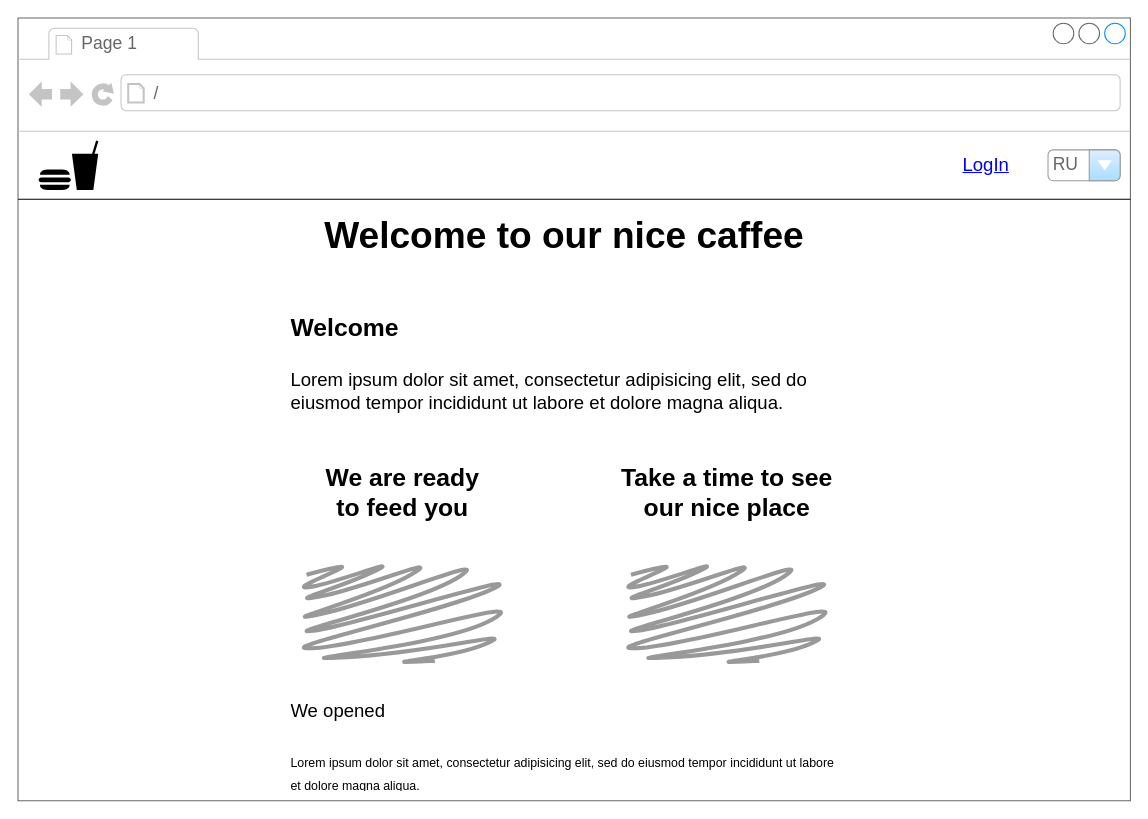
Earlier version of the draw.io diagram page "view-landing" (7 of 9) of market-coffee.drawio (Sergey190309/220415-market-caffee). Source tidied: cells renumbered, new cells numbered last; positions are measured from the earlier drawing's top-left corner, leaving out a move shared by most shapes. Both pictures are drawn from the tidied source at 103%, with x=0, y=0 at pixel (18, 18).
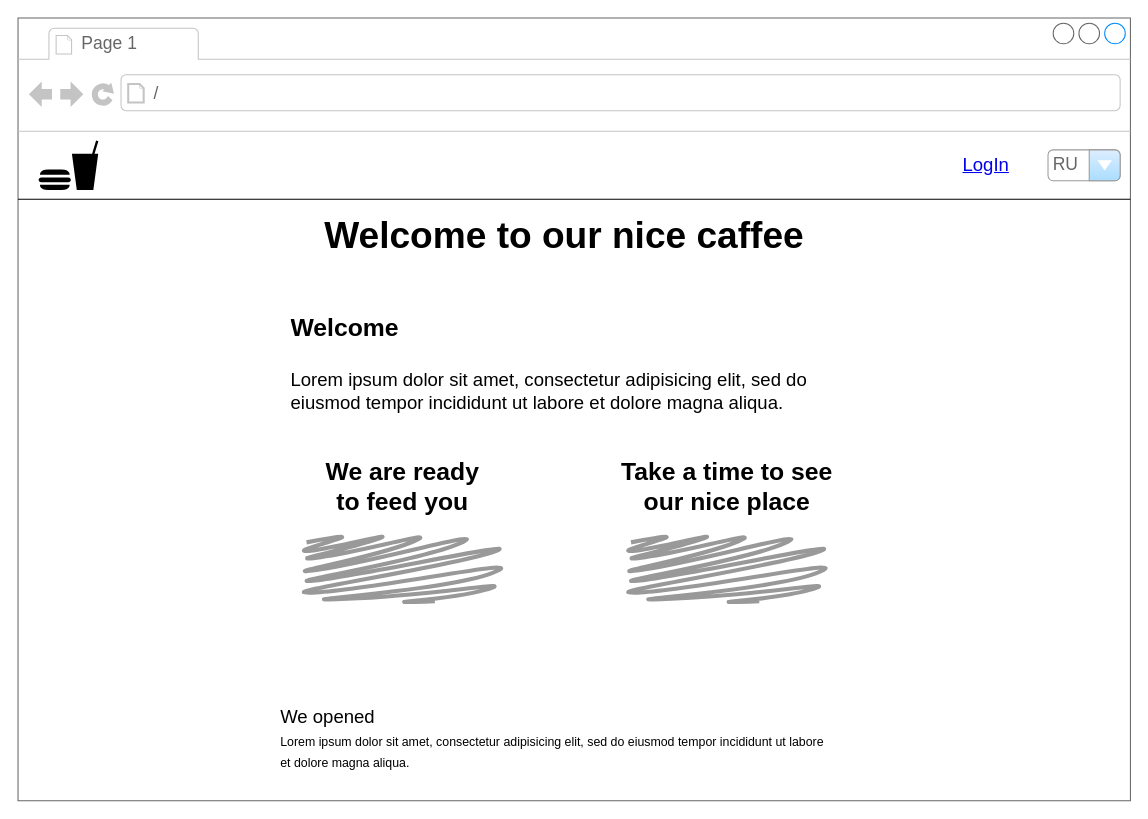
The same diagram, later.

Diff of the diagram source:
```diff
@@
 <mxGraphModel>
   <root>
     <mxCell id="0" />
     <mxCell id="1" parent="0" />
     <mxCell id="2" style="strokeWidth=1;shadow=0;dashed=0;align=center;html=1;shape=mxgraph.mockup.containers.browserWindow;rSize=0;strokeColor=#666666;strokeColor2=#008cff;strokeColor3=#c4c4c4;mainText=,;rounded=1;labelBackgroundColor=none;fontSize=12;fontColor=#000000;" parent="1" vertex="1">
       <mxGeometry width="1080" height="760" as="geometry" />
     </mxCell>
     <mxCell id="3" value="Page 1" style="strokeWidth=1;shadow=0;dashed=0;align=center;html=1;shape=mxgraph.mockup.containers.anchor;fontSize=17;fontColor=#666666;align=left;" parent="1" vertex="1">
       <mxGeometry x="60" y="13" width="110" height="26" as="geometry" />
     </mxCell>
     <mxCell id="4" value="/" style="strokeWidth=1;shadow=0;dashed=0;align=center;html=1;shape=mxgraph.mockup.containers.anchor;rSize=0;fontSize=17;fontColor=#666666;align=left;" parent="1" vertex="1">
       <mxGeometry x="130" y="61" width="250" height="26" as="geometry" />
     </mxCell>
     <mxCell id="5" style="line;strokeWidth=1;html=1;perimeter=backbonePerimeter;" parent="1" vertex="1">
       <mxGeometry y="171" width="1080" height="10" as="geometry" />
     </mxCell>
     <mxCell id="6" value="RU" style="strokeWidth=1;shadow=0;dashed=0;align=center;html=1;shape=mxgraph.mockup.forms.comboBox;strokeColor=#999999;fillColor=#ddeeff;align=left;fillColor2=#aaddff;mainText=;fontColor=#666666;fontSize=17;spacingLeft=3;rounded=1;labelBackgroundColor=none;" parent="1" vertex="1">
       <mxGeometry x="1000" y="128" width="70" height="30" as="geometry" />
     </mxCell>
     <mxCell id="7" value="LogIn" style="text;html=1;strokeColor=none;fillColor=none;whiteSpace=wrap;align=center;verticalAlign=middle;fontColor=#0000EE;fontStyle=4;fontSize=18;" parent="1" vertex="1">
       <mxGeometry x="910" y="123" width="60" height="40" as="geometry" />
     </mxCell>
     <mxCell id="8" style="shape=mxgraph.signs.food.fast_food;html=1;fillColor=#000000;strokeColor=none;verticalLabelPosition=bottom;verticalAlign=top;align=center;" parent="1" vertex="1">
       <mxGeometry x="20" y="119" width="58" height="48" as="geometry" />
     </mxCell>
     <mxCell id="9" parent="0" />
+    <mxCell id="16" value="&lt;h1&gt;&lt;font style=&quot;font-size: 24px&quot;&gt;Welcome&lt;/font&gt;&lt;/h1&gt;&lt;p&gt;Lorem ipsum dolor sit amet, consectetur adipisicing elit, sed do eiusmod tempor incididunt ut labore et dolore magna aliqua.&lt;/p&gt;" style="text;html=1;strokeColor=none;fillColor=none;spacing=5;spacingTop=-20;whiteSpace=wrap;overflow=hidden;rounded=0;fontSize=18;" parent="9" vertex="1">
+      <mxGeometry x="260" y="261" width="540" height="150" as="geometry" />
+    </mxCell>
+    <mxCell id="17" value="Welcome to our nice caffee" style="text;strokeColor=none;fillColor=none;html=1;fontSize=36;fontStyle=1;verticalAlign=middle;align=center;" parent="9" vertex="1">
+      <mxGeometry x="130" y="191" width="800" height="40" as="geometry" />
+    </mxCell>
+    <mxCell id="18" value="&lt;p&gt;&lt;font style=&quot;font-weight: normal ; font-size: 18px&quot;&gt;We opened&lt;br&gt;&lt;/font&gt;&lt;font style=&quot;font-size: 12px&quot;&gt;Lorem ipsum dolor sit amet, consectetur adipisicing elit, sed do eiusmod tempor incididunt ut labore et dolore magna aliqua.&lt;/font&gt;&lt;/p&gt;" style="text;html=1;strokeColor=none;fillColor=none;spacing=5;spacingTop=-20;whiteSpace=wrap;overflow=hidden;rounded=0;fontSize=18;" parent="9" vertex="1">
+      <mxGeometry x="250" y="661" width="540" height="80" as="geometry" />
+    </mxCell>
+    <mxCell id="19" style="group;" parent="9" vertex="1">
+      <mxGeometry x="272.5" y="441" width="515" height="130" as="geometry" />
+    </mxCell>
-    <mxCell id="10" style="group;" parent="9" vertex="1">
-      <mxGeometry x="587.5" y="441" width="200" height="190" as="geometry" />
+    <mxCell id="10" style="group;" parent="19" vertex="1">
+      <mxGeometry x="315" width="200" height="130" as="geometry" />
     </mxCell>
     <mxCell id="11" style="shape=mxgraph.mockup.markup.scratchOut;shadow=0;dashed=0;html=1;strokeColor=#999999;strokeWidth=4;" parent="10" vertex="1">
-      <mxGeometry y="90" width="200" height="100" as="geometry" />
+      <mxGeometry y="61.6" width="200" height="68.4" as="geometry" />
     </mxCell>
     <mxCell id="12" value="Take a time to see &lt;br&gt;our nice place" style="text;strokeColor=none;fillColor=none;html=1;fontSize=24;fontStyle=1;verticalAlign=middle;align=center;" parent="10" vertex="1">
-      <mxGeometry x="50" width="100" height="40" as="geometry" />
+      <mxGeometry x="50" width="100" height="27.4" as="geometry" />
     </mxCell>
-    <mxCell id="13" style="group;" parent="9" vertex="1">
-      <mxGeometry x="272.5" y="441" width="200" height="190" as="geometry" />
+    <mxCell id="13" style="group;" parent="19" vertex="1">
+      <mxGeometry width="200" height="130" as="geometry" />
     </mxCell>
     <mxCell id="14" style="shape=mxgraph.mockup.markup.scratchOut;shadow=0;dashed=0;html=1;strokeColor=#999999;strokeWidth=4;" parent="13" vertex="1">
-      <mxGeometry y="90" width="200" height="100" as="geometry" />
+      <mxGeometry y="61.6" width="200" height="68.4" as="geometry" />
     </mxCell>
     <mxCell id="15" value="We are ready &lt;br&gt;to feed you" style="text;strokeColor=none;fillColor=none;html=1;fontSize=24;fontStyle=1;verticalAlign=middle;align=center;" parent="13" vertex="1">
-      <mxGeometry x="50" width="100" height="40" as="geometry" />
+      <mxGeometry x="50" width="100" height="27.4" as="geometry" />
     </mxCell>
-    <mxCell id="16" value="&lt;h1&gt;&lt;font style=&quot;font-size: 24px&quot;&gt;Welcome&lt;/font&gt;&lt;/h1&gt;&lt;p&gt;Lorem ipsum dolor sit amet, consectetur adipisicing elit, sed do eiusmod tempor incididunt ut labore et dolore magna aliqua.&lt;/p&gt;" style="text;html=1;strokeColor=none;fillColor=none;spacing=5;spacingTop=-20;whiteSpace=wrap;overflow=hidden;rounded=0;fontSize=18;" parent="9" vertex="1">
-      <mxGeometry x="260" y="261" width="540" height="150" as="geometry" />
-    </mxCell>
-    <mxCell id="17" value="Welcome to our nice caffee" style="text;strokeColor=none;fillColor=none;html=1;fontSize=36;fontStyle=1;verticalAlign=middle;align=center;" parent="9" vertex="1">
-      <mxGeometry x="130" y="191" width="800" height="40" as="geometry" />
-    </mxCell>
-    <mxCell id="18" value="&lt;h1&gt;&lt;font style=&quot;font-weight: normal ; font-size: 18px&quot;&gt;We opened&lt;/font&gt;&lt;/h1&gt;&lt;p&gt;&lt;font style=&quot;font-size: 12px&quot;&gt;Lorem ipsum dolor sit amet, consectetur adipisicing elit, sed do eiusmod tempor incididunt ut labore et dolore magna aliqua.&lt;/font&gt;&lt;/p&gt;" style="text;html=1;strokeColor=none;fillColor=none;spacing=5;spacingTop=-20;whiteSpace=wrap;overflow=hidden;rounded=0;fontSize=18;" parent="9" vertex="1">
-      <mxGeometry x="260" y="631" width="540" height="120" as="geometry" />
-    </mxCell>
   </root>
 </mxGraphModel>
```
